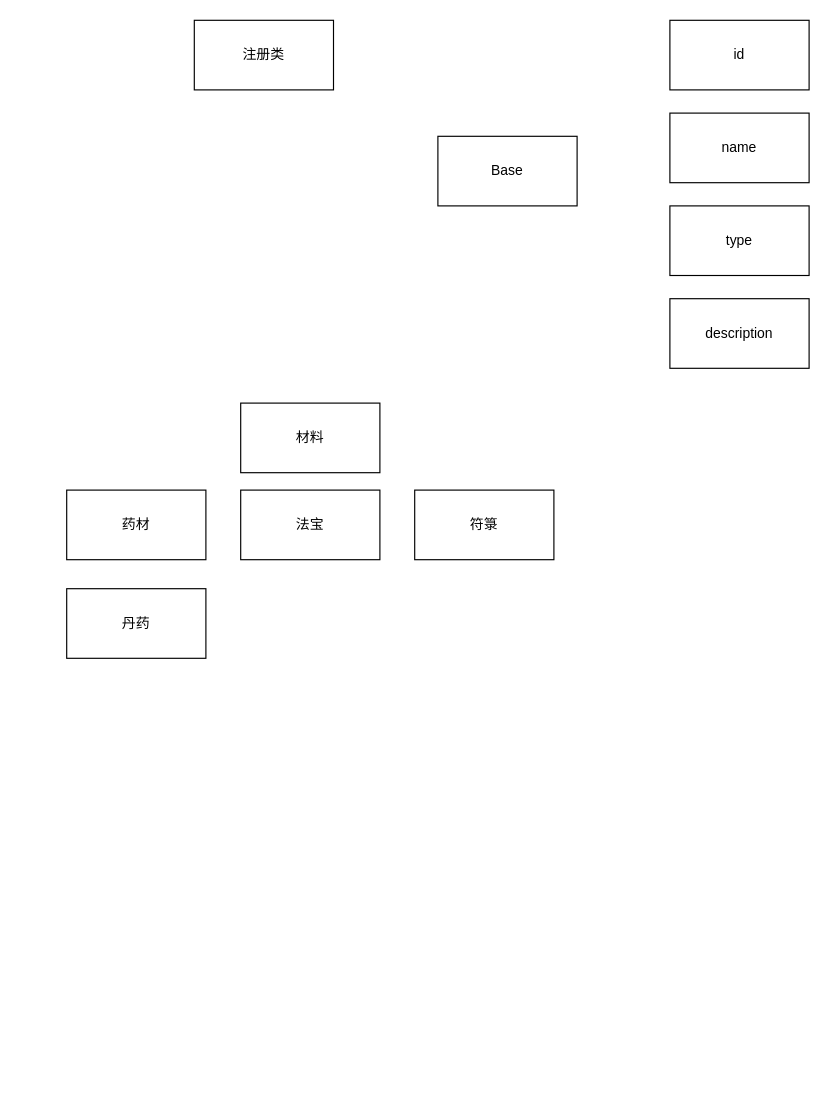
Karmel5950/NoteBook keeps this draw.io diagram as page "第 3 页" (3 of 5) of 流程图/蟋蟀玩法分析.drawio. Above is the earlier version. Source tidied: cells renumbered, new cells numbered last; positions are measured from the earlier drawing's top-left corner, leaving out a move shared by most shapes. Both pictures are drawn from the tidied source at 116%, with x=0, y=0 at pixel (66, 20).
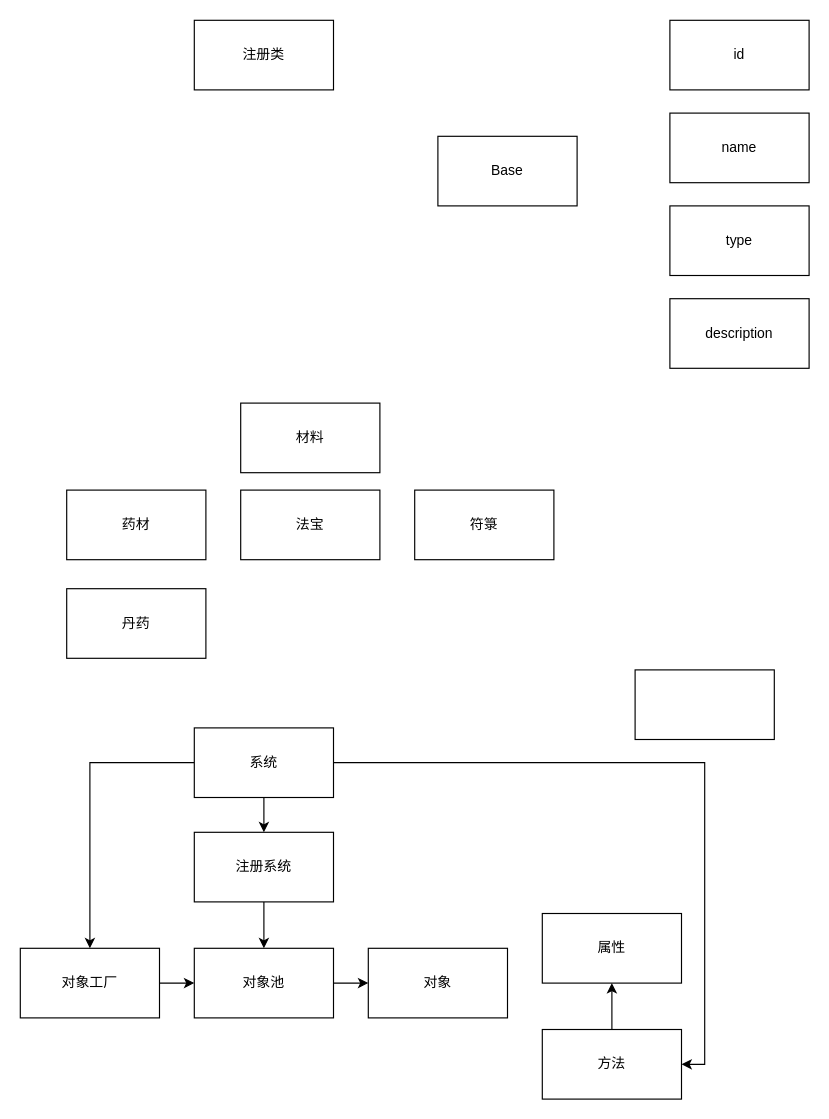
The same diagram, later.

Change to the diagram source:
```diff
@@
+    <mxCell id="13" value="对象" style="rounded=0;whiteSpace=wrap;html=1;" parent="1" vertex="1">
+      <mxGeometry x="260" y="800" width="120" height="60" as="geometry" />
+    </mxCell>
+    <mxCell id="14" style="rounded=0;whiteSpace=wrap;html=1;" parent="1" vertex="1">
+      <mxGeometry x="490" y="560" width="120" height="60" as="geometry" />
+    </mxCell>
+    <mxCell id="15" style="edgeStyle=orthogonalEdgeStyle;rounded=0;jettySize=auto;html=1;" parent="1" edge="1" source="18" target="27">
+      <mxGeometry relative="1" as="geometry" />
+    </mxCell>
+    <mxCell id="16" style="edgeStyle=orthogonalEdgeStyle;rounded=0;jettySize=auto;html=1;entryX=1;entryY=0.5;entryDx=0;entryDy=0;" parent="1" edge="1" source="18" target="25">
+      <mxGeometry relative="1" as="geometry" />
+    </mxCell>
+    <mxCell id="17" style="edgeStyle=orthogonalEdgeStyle;rounded=0;jettySize=auto;html=1;entryX=0.5;entryY=0;entryDx=0;entryDy=0;" parent="1" edge="1" source="18" target="23">
+      <mxGeometry relative="1" as="geometry" />
+    </mxCell>
+    <mxCell id="18" value="系统" style="rounded=0;whiteSpace=wrap;html=1;" parent="1" vertex="1">
+      <mxGeometry x="110" y="610" width="120" height="60" as="geometry" />
+    </mxCell>
+    <mxCell id="19" value="属性" style="rounded=0;whiteSpace=wrap;html=1;" parent="1" vertex="1">
+      <mxGeometry x="410" y="770" width="120" height="60" as="geometry" />
+    </mxCell>
+    <mxCell id="20" style="edgeStyle=orthogonalEdgeStyle;rounded=0;jettySize=auto;html=1;entryX=0;entryY=0.5;entryDx=0;entryDy=0;" parent="1" edge="1" source="21" target="13">
+      <mxGeometry relative="1" as="geometry" />
+    </mxCell>
+    <mxCell id="21" value="对象池" style="rounded=0;whiteSpace=wrap;html=1;" parent="1" vertex="1">
+      <mxGeometry x="110" y="800" width="120" height="60" as="geometry" />
+    </mxCell>
+    <mxCell id="22" style="edgeStyle=orthogonalEdgeStyle;rounded=0;jettySize=auto;html=1;entryX=0;entryY=0.5;entryDx=0;entryDy=0;" parent="1" edge="1" source="23" target="21">
+      <mxGeometry relative="1" as="geometry" />
+    </mxCell>
+    <mxCell id="23" value="对象工厂" style="rounded=0;whiteSpace=wrap;html=1;" parent="1" vertex="1">
+      <mxGeometry x="-40" y="800" width="120" height="60" as="geometry" />
+    </mxCell>
+    <mxCell id="24" style="edgeStyle=orthogonalEdgeStyle;rounded=0;jettySize=auto;html=1;entryX=0.5;entryY=1;entryDx=0;entryDy=0;" parent="1" edge="1" source="25" target="19">
+      <mxGeometry relative="1" as="geometry" />
+    </mxCell>
+    <mxCell id="25" value="方法" style="rounded=0;whiteSpace=wrap;html=1;" parent="1" vertex="1">
+      <mxGeometry x="410" y="870" width="120" height="60" as="geometry" />
+    </mxCell>
+    <mxCell id="26" style="edgeStyle=orthogonalEdgeStyle;rounded=0;jettySize=auto;html=1;entryX=0.5;entryY=0;entryDx=0;entryDy=0;" parent="1" edge="1" source="27" target="21">
+      <mxGeometry relative="1" as="geometry" />
+    </mxCell>
+    <mxCell id="27" value="注册系统" style="rounded=0;whiteSpace=wrap;html=1;" parent="1" vertex="1">
+      <mxGeometry x="110" y="700" width="120" height="60" as="geometry" />
+    </mxCell>
```
